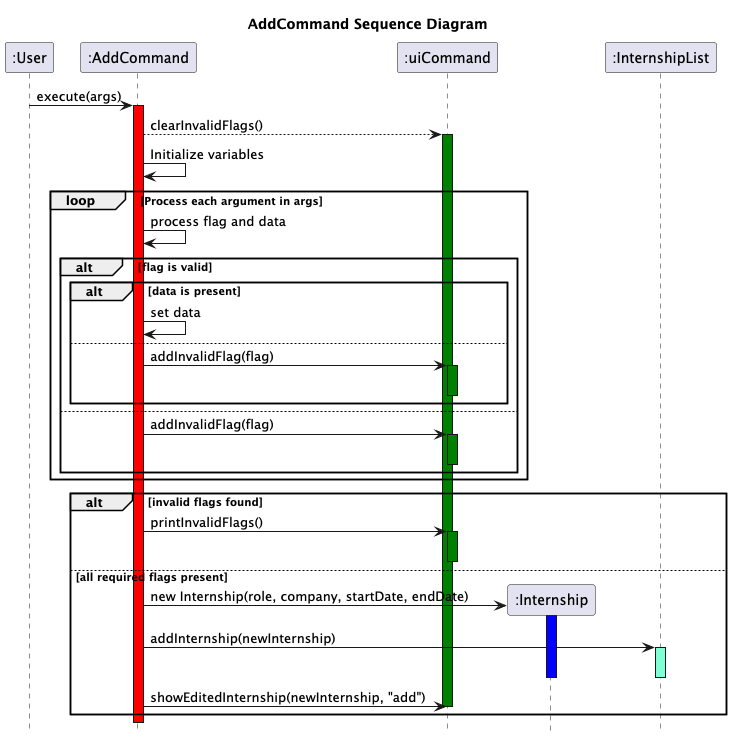
The PlantUML diagram docs/UML/AddCommand_Sequence_Diagram.png in nus-cs2113-AY2425S1/tp, before a commit.
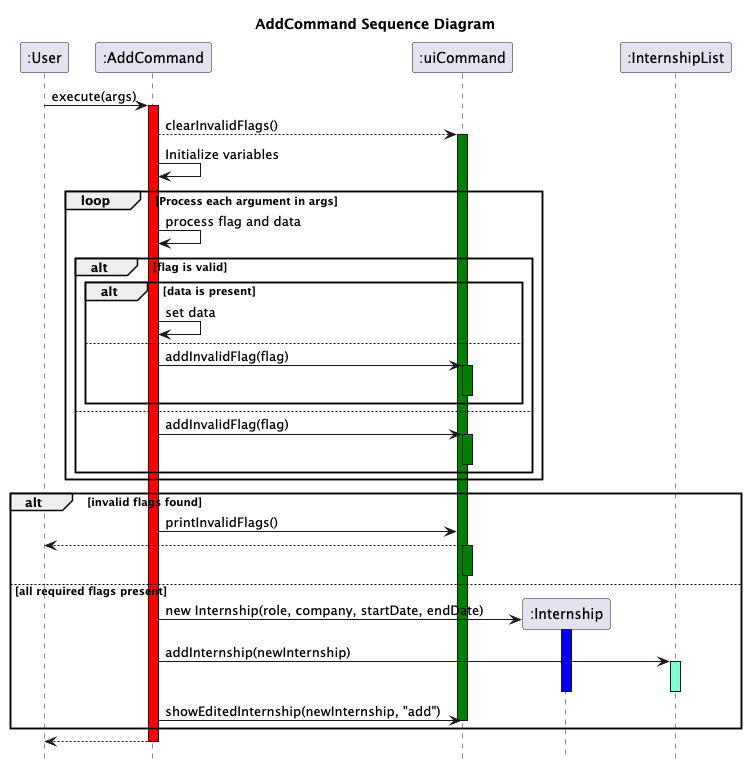
The same file after the commit.

Commit message:
updated seq diagram return statements

What changed in the source:
```diff
@@ -34,6 +34,7 @@
 
 alt invalid flags found
   ":AddCommand"->":uiCommand": printInvalidFlags()
+  ":uiCommand" --> ":User"
   activate ":uiCommand" #green
   deactivate ":uiCommand"
 else all required flags present
@@ -46,5 +47,5 @@
   ":AddCommand" -> ":uiCommand": showEditedInternship(newInternship, "add")
   deactivate ":uiCommand"
 end
-
+return
 @enduml
```
